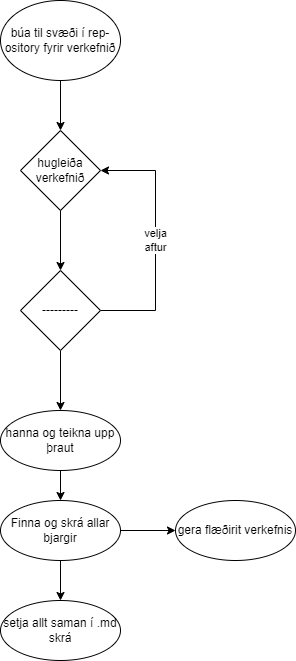
fannarfent/Robo keeps this draw.io diagram as lokaverk/flæði lokaverk.drawio.png. Above is the earlier version. Source tidied: cells renumbered, new cells last; positions are measured from the earlier drawing's top-left corner, leaving out a move shared by most shapes.
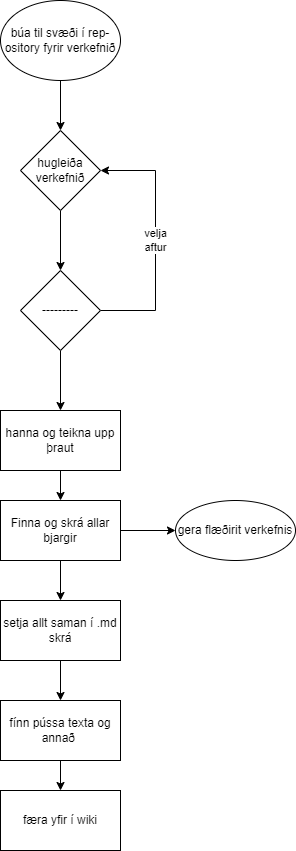
The same file after the commit.

The edit, as a diff of the source:
```diff
@@ -22,32 +22,54 @@
         </Array>
       </mxGeometry>
     </mxCell>
-    <mxCell id="7" style="edgeStyle=orthogonalEdgeStyle;rounded=0;jettySize=auto;html=1;" parent="1" edge="1" source="8" target="10">
-      <mxGeometry relative="1" as="geometry" />
+    <mxCell id="7" style="edgeStyle=orthogonalEdgeStyle;rounded=0;jettySize=auto;html=1;" parent="1" edge="1" source="8">
+      <mxGeometry relative="1" as="geometry">
+        <mxPoint x="60" y="410" as="targetPoint" />
+      </mxGeometry>
     </mxCell>
     <mxCell id="8" value="---------" style="rhombus;whiteSpace=wrap;html=1;" parent="1" vertex="1">
       <mxGeometry x="20" y="270" width="80" height="80" as="geometry" />
     </mxCell>
-    <mxCell id="9" style="edgeStyle=orthogonalEdgeStyle;rounded=0;jettySize=auto;html=1;" parent="1" edge="1" source="10" target="13">
-      <mxGeometry relative="1" as="geometry" />
+    <mxCell id="9" style="edgeStyle=orthogonalEdgeStyle;rounded=0;orthogonalLoop=1;jettySize=auto;html=1;" parent="1" edge="1">
+      <mxGeometry relative="1" as="geometry">
+        <mxPoint x="60" y="470" as="sourcePoint" />
+        <mxPoint x="60" y="500" as="targetPoint" />
+      </mxGeometry>
     </mxCell>
-    <mxCell id="10" value="hanna og teikna upp&lt;br&gt;þraut" style="ellipse;whiteSpace=wrap;html=1;" parent="1" vertex="1">
-      <mxGeometry y="410" width="120" height="60" as="geometry" />
-    </mxCell>
-    <mxCell id="11" style="edgeStyle=orthogonalEdgeStyle;rounded=0;jettySize=auto;html=1;" parent="1" edge="1" source="13" target="14">
-      <mxGeometry relative="1" as="geometry" />
+    <mxCell id="11" style="edgeStyle=orthogonalEdgeStyle;rounded=0;jettySize=auto;html=1;" parent="1" edge="1" target="14">
+      <mxGeometry relative="1" as="geometry">
+        <mxPoint x="120" y="530" as="sourcePoint" />
+      </mxGeometry>
     </mxCell>
-    <mxCell id="12" style="edgeStyle=orthogonalEdgeStyle;rounded=0;jettySize=auto;html=1;" parent="1" edge="1" source="13" target="15">
-      <mxGeometry relative="1" as="geometry" />
+    <mxCell id="12" style="edgeStyle=orthogonalEdgeStyle;rounded=0;orthogonalLoop=1;jettySize=auto;html=1;" parent="1" edge="1">
+      <mxGeometry relative="1" as="geometry">
+        <mxPoint x="60" y="560" as="sourcePoint" />
+        <mxPoint x="60" y="600" as="targetPoint" />
+      </mxGeometry>
     </mxCell>
+    <mxCell id="14" value="gera flæðirit verkefnis" style="ellipse;whiteSpace=wrap;html=1;" parent="1" vertex="1">
+      <mxGeometry x="175" y="500" width="120" height="60" as="geometry" />
+    </mxCell>
+    <mxCell id="10" value="hanna og teikna upp&lt;br&gt;þraut" style="rounded=0;whiteSpace=wrap;html=1;" parent="1" vertex="1">
+      <mxGeometry y="410" width="120" height="60" as="geometry" />
+    </mxCell>
-    <mxCell id="13" value="Finna og skrá allar&lt;br&gt;bjargir" style="ellipse;whiteSpace=wrap;html=1;" parent="1" vertex="1">
+    <mxCell id="13" value="Finna og skrá allar&lt;br&gt;bjargir" style="rounded=0;whiteSpace=wrap;html=1;" parent="1" vertex="1">
       <mxGeometry y="500" width="120" height="60" as="geometry" />
     </mxCell>
-    <mxCell id="14" value="gera flæðirit verkefnis" style="ellipse;whiteSpace=wrap;html=1;" parent="1" vertex="1">
-      <mxGeometry x="175" y="500" width="120" height="60" as="geometry" />
-    </mxCell>
+    <mxCell id="16" style="edgeStyle=orthogonalEdgeStyle;rounded=0;jettySize=auto;html=1;" parent="1" edge="1" source="15" target="18">
+      <mxGeometry relative="1" as="geometry" />
+    </mxCell>
-    <mxCell id="15" value="setja allt saman í .md skrá" style="ellipse;whiteSpace=wrap;html=1;" parent="1" vertex="1">
+    <mxCell id="15" value="setja allt saman í .md skrá" style="rounded=0;whiteSpace=wrap;html=1;" parent="1" vertex="1">
       <mxGeometry y="600" width="120" height="60" as="geometry" />
     </mxCell>
+    <mxCell id="17" style="edgeStyle=orthogonalEdgeStyle;rounded=0;jettySize=auto;html=1;" parent="1" edge="1" source="18" target="19">
+      <mxGeometry relative="1" as="geometry" />
+    </mxCell>
+    <mxCell id="18" value="fínn pússa texta og annað&amp;nbsp;" style="rounded=0;whiteSpace=wrap;html=1;" parent="1" vertex="1">
+      <mxGeometry y="700" width="120" height="60" as="geometry" />
+    </mxCell>
+    <mxCell id="19" value="færa yfir í wiki" style="rounded=0;whiteSpace=wrap;html=1;" parent="1" vertex="1">
+      <mxGeometry y="790" width="120" height="60" as="geometry" />
+    </mxCell>
   </root>
 </mxGraphModel>
```
